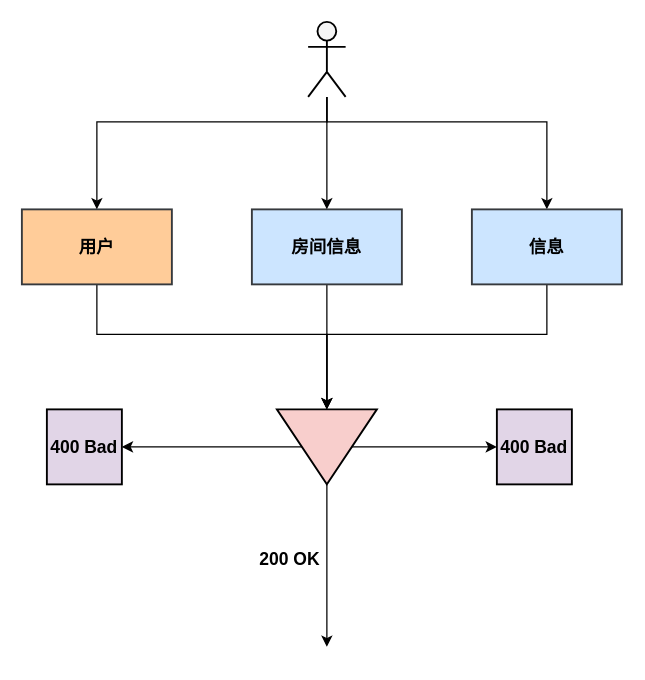
This is page "第 2 页" (2 of 2) of 阿里天池.drawio from ThinkingXuan/draw, a draw.io file, before an edit. Source tidied: cells renumbered, new cells numbered last; positions are measured from the earlier drawing's top-left corner, leaving out a move shared by most shapes. Both pictures are drawn from the tidied source at 125%, with x=0, y=0 at pixel (21, 21).
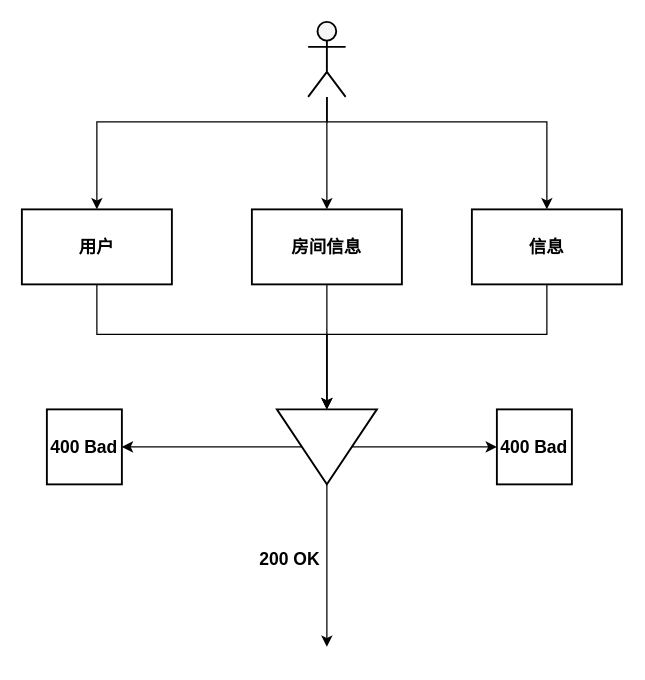
The same page after the edit.

What changed in the source:
```diff
@@
-    <mxCell id="3" value="&lt;font style=&quot;font-size: 14px&quot;&gt;&lt;b&gt;用户&lt;/b&gt;&lt;br&gt;&lt;/font&gt;" style="rounded=0;whiteSpace=wrap;html=1;fillColor=#ffcc99;strokeColor=#36393d;strokeWidth=1.5;" parent="1" vertex="1">
+    <mxCell id="3" value="&lt;font style=&quot;font-size: 14px&quot;&gt;&lt;b&gt;用户&lt;/b&gt;&lt;br&gt;&lt;/font&gt;" style="rounded=0;whiteSpace=wrap;html=1;strokeWidth=1.5;" parent="1" vertex="1">
       <mxGeometry y="150" width="120" height="60" as="geometry" />
     </mxCell>
@@
-    <mxCell id="5" value="&lt;font style=&quot;font-size: 14px&quot;&gt;&lt;b&gt;房间信息&lt;/b&gt;&lt;br&gt;&lt;/font&gt;" style="rounded=0;whiteSpace=wrap;html=1;fillColor=#cce5ff;strokeColor=#36393d;strokeWidth=1.5;" parent="1" vertex="1">
+    <mxCell id="5" value="&lt;font style=&quot;font-size: 14px&quot;&gt;&lt;b&gt;房间信息&lt;/b&gt;&lt;br&gt;&lt;/font&gt;" style="rounded=0;whiteSpace=wrap;html=1;strokeWidth=1.5;" parent="1" vertex="1">
       <mxGeometry x="184" y="150" width="120" height="60" as="geometry" />
     </mxCell>
@@
-    <mxCell id="9" style="triangle;whiteSpace=wrap;html=1;fontSize=14;strokeWidth=1.5;rotation=90;direction=east;fillColor=#f8cecc;strokeColor=#000000;" parent="1" vertex="1">
+    <mxCell id="9" style="triangle;whiteSpace=wrap;html=1;fontSize=14;strokeWidth=1.5;rotation=90;direction=east;" parent="1" vertex="1">
       <mxGeometry x="214" y="300" width="60" height="80" as="geometry" />
     </mxCell>
@@
-    <mxCell id="15" value="&lt;b&gt;400 Bad&lt;/b&gt;" style="rounded=0;whiteSpace=wrap;html=1;fontSize=14;strokeColor=#000000;strokeWidth=1.5;fillColor=#e1d5e7;" parent="1" vertex="1">
+    <mxCell id="15" value="&lt;b&gt;400 Bad&lt;/b&gt;" style="rounded=0;whiteSpace=wrap;html=1;fontSize=14;strokeWidth=1.5;" parent="1" vertex="1">
       <mxGeometry x="380" y="310" width="60" height="60" as="geometry" />
     </mxCell>
@@
-    <mxCell id="17" value="&lt;font style=&quot;font-size: 14px&quot;&gt;&lt;b&gt;信息&lt;/b&gt;&lt;br&gt;&lt;/font&gt;" style="rounded=0;whiteSpace=wrap;html=1;fillColor=#cce5ff;strokeColor=#36393d;strokeWidth=1.5;" parent="1" vertex="1">
+    <mxCell id="17" value="&lt;font style=&quot;font-size: 14px&quot;&gt;&lt;b&gt;信息&lt;/b&gt;&lt;br&gt;&lt;/font&gt;" style="rounded=0;whiteSpace=wrap;html=1;strokeWidth=1.5;" parent="1" vertex="1">
       <mxGeometry x="360" y="150" width="120" height="60" as="geometry" />
     </mxCell>
-    <mxCell id="18" value="&lt;b&gt;400 Bad&lt;/b&gt;" style="rounded=0;whiteSpace=wrap;html=1;fontSize=14;strokeColor=#000000;strokeWidth=1.5;fillColor=#e1d5e7;" parent="1" vertex="1">
+    <mxCell id="18" value="&lt;b&gt;400 Bad&lt;/b&gt;" style="rounded=0;whiteSpace=wrap;html=1;fontSize=14;strokeWidth=1.5;" parent="1" vertex="1">
       <mxGeometry x="20" y="310" width="60" height="60" as="geometry" />
     </mxCell>
```
